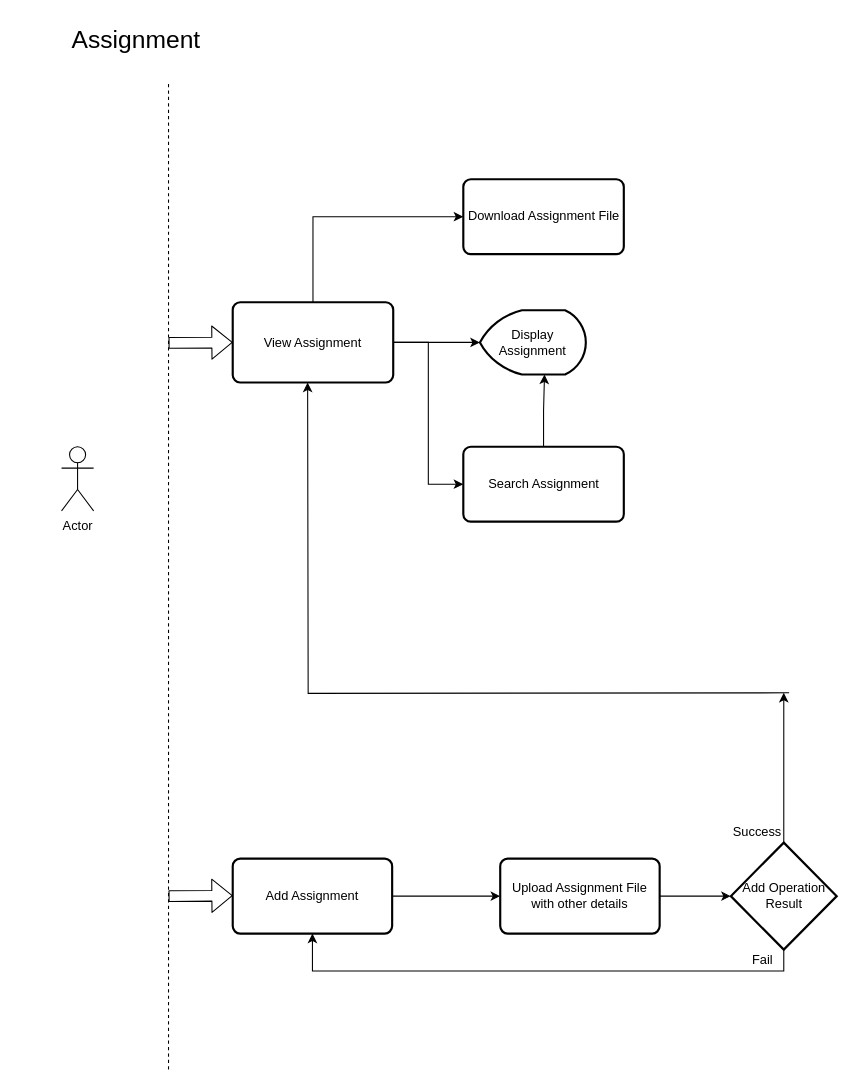
Before: Diagrams/Assignment Dia.drawio in chicupatel-developer/University-Admin, a draw.io diagram. Source tidied: cells renumbered, new cells numbered last; positions are measured from the earlier drawing's top-left corner, leaving out a move shared by most shapes. Both pictures are drawn from the tidied source at 107%, with x=0, y=0 at pixel (18, 18).
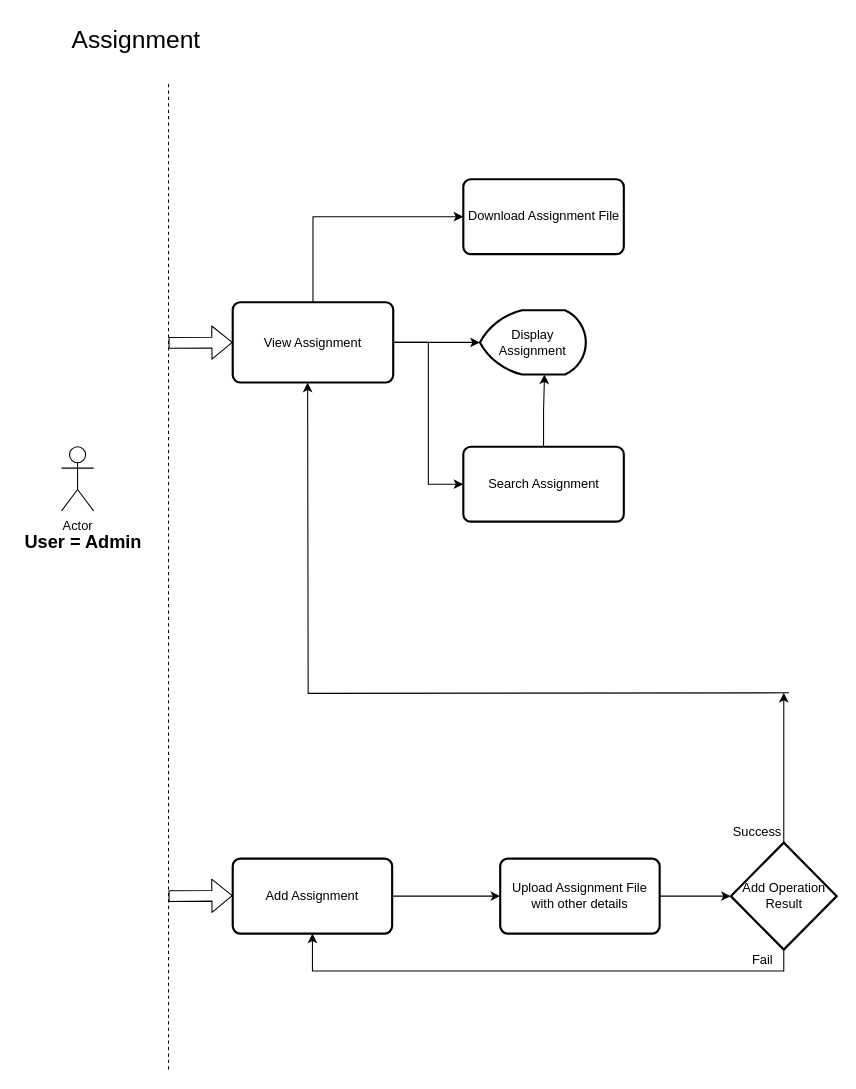
Above is the later version.

Diff of the diagram source:
```diff
@@
+    <mxCell id="25" value="&lt;font style=&quot;font-size: 17px&quot;&gt;&lt;b&gt;User = Admin&lt;/b&gt;&lt;/font&gt;" style="text;html=1;align=center;verticalAlign=middle;strokeColor=none;" parent="1" vertex="1">
+      <mxGeometry y="480" width="120" height="20" as="geometry" />
+    </mxCell>
```
